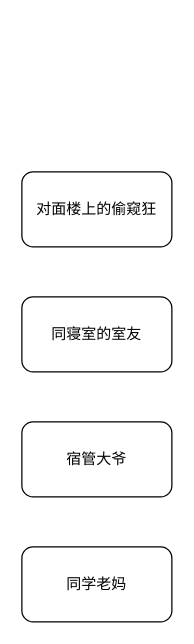
guyuyw/casablancan keeps this draw.io diagram as drawio/沉睡的女大学生.drawio. Above is the earlier version. Source tidied: cells renumbered, new cells numbered last; positions are measured from the earlier drawing's top-left corner, leaving out a move shared by most shapes. Both pictures are drawn from the tidied source at 125%, with x=0, y=0 at pixel (21, 171).
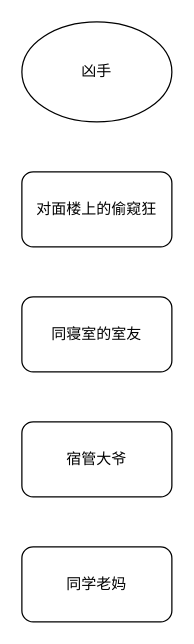
The same page after the edit.

Commit message (it also covers changes not shown here):
更新沉睡的女大学生.drawio

The edit, as a diff of the source:
```diff
@@
 <mxGraphModel>
   <root>
     <mxCell id="0" />
     <mxCell id="1" parent="0" />
     <mxCell id="2" value="对面楼上的偷窥狂" style="rounded=1;whiteSpace=wrap;html=1;" parent="1" vertex="1">
       <mxGeometry width="120" height="60" as="geometry" />
     </mxCell>
     <mxCell id="3" value="同寝室的室友" style="rounded=1;whiteSpace=wrap;html=1;" parent="1" vertex="1">
       <mxGeometry y="100" width="120" height="60" as="geometry" />
     </mxCell>
     <mxCell id="4" value="宿管大爷" style="rounded=1;whiteSpace=wrap;html=1;" parent="1" vertex="1">
       <mxGeometry y="200" width="120" height="60" as="geometry" />
     </mxCell>
     <mxCell id="5" value="同学老妈" style="rounded=1;whiteSpace=wrap;html=1;" parent="1" vertex="1">
       <mxGeometry y="300" width="120" height="60" as="geometry" />
     </mxCell>
+    <mxCell id="6" value="凶手" style="ellipse;whiteSpace=wrap;html=1;" parent="1" vertex="1">
+      <mxGeometry y="-120" width="120" height="80" as="geometry" />
+    </mxCell>
   </root>
 </mxGraphModel>
```
